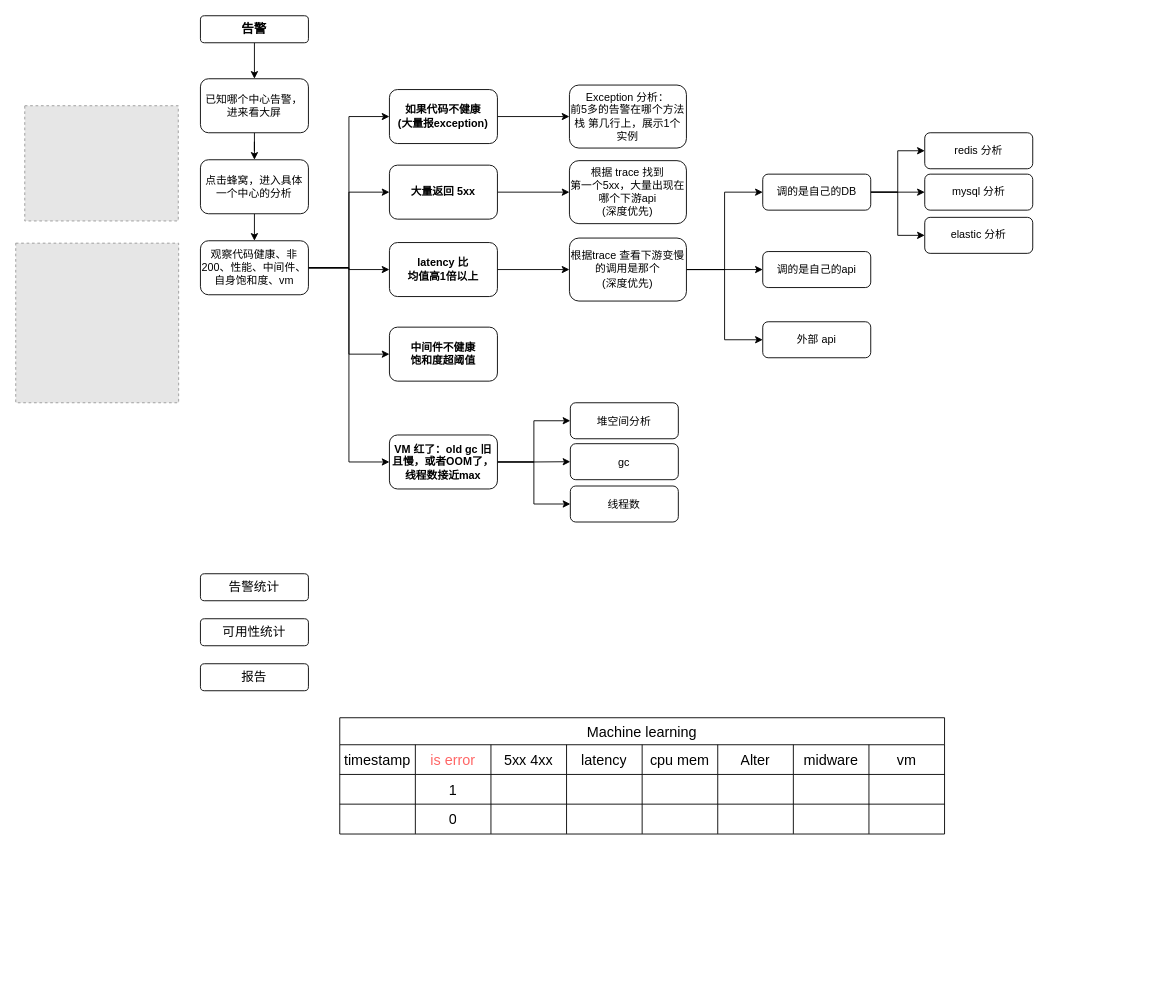
The draw.io diagram page "第 6 页" (6 of 6) of 数据采集架构图.drawio in Allen9797/WorkZone, before the edit. Source tidied: cells renumbered, new cells numbered last; positions are measured from the earlier drawing's top-left corner, leaving out a move shared by most shapes. Both pictures are drawn from the tidied source at 90%, with x=0, y=0 at pixel (15, 15). Pictures stored in the file or linked from it are replaced by grey dashed boxes.
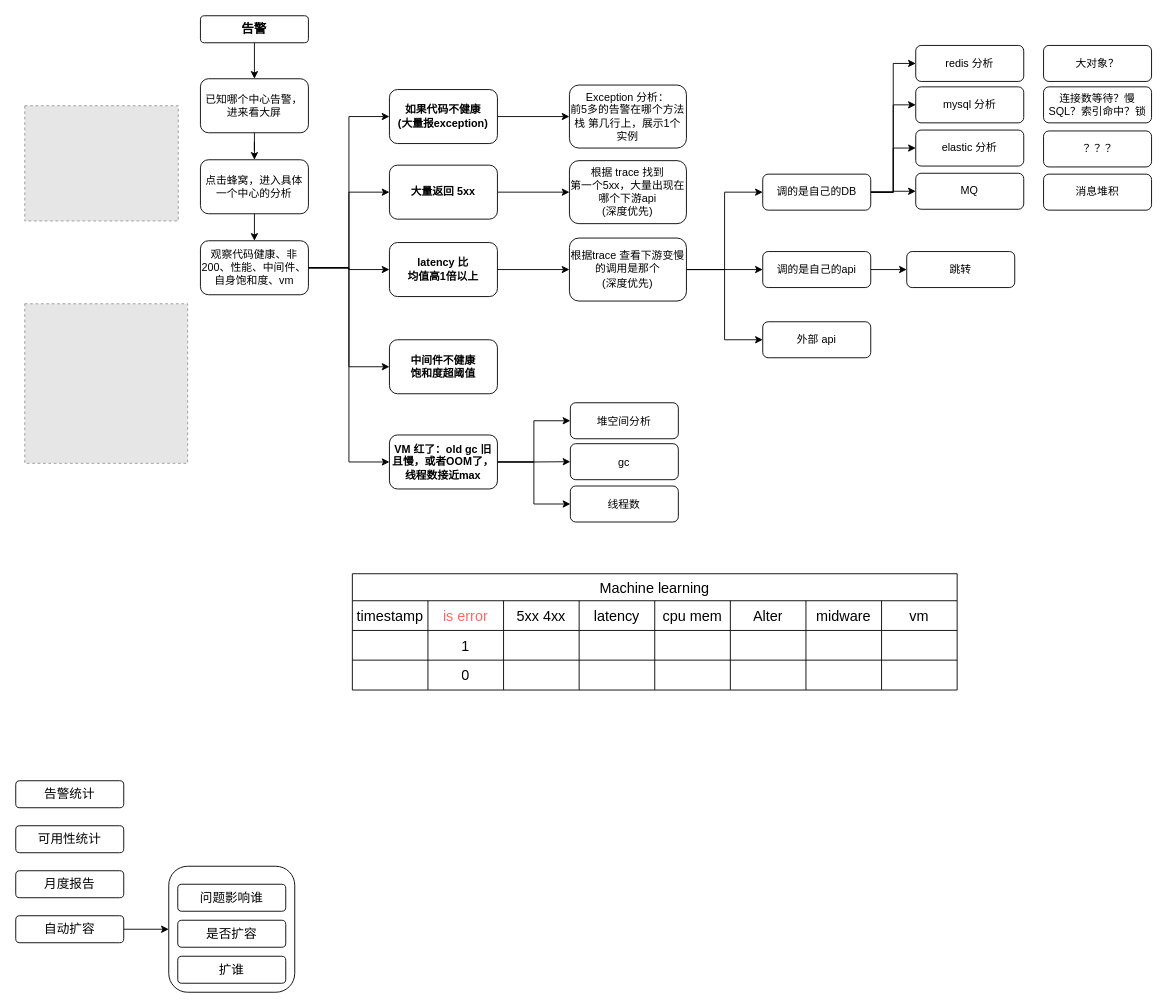
The same diagram, later.

Unchanged cells that the change refers to:
```xml
<mxCell id="42" value="&lt;font style=&quot;font-size: 12px;&quot;&gt;调的是自己的DB&lt;/font&gt;" style="rounded=1;whiteSpace=wrap;html=1;" parent="1" vertex="1">
  <mxGeometry x="830" y="176" width="120" height="40" as="geometry" />
</mxCell>
<mxCell id="43" value="&lt;font style=&quot;font-size: 12px;&quot;&gt;调的是自己的api&lt;/font&gt;" style="rounded=1;whiteSpace=wrap;html=1;" parent="1" vertex="1">
  <mxGeometry x="830" y="262" width="120" height="40" as="geometry" />
</mxCell>
```

Change to the diagram source:
```diff
@@
     <mxCell id="17" value="&lt;font style=&quot;font-size: 12px;&quot;&gt;中间件不健康&lt;br&gt;饱和度超阈值&lt;br&gt;&lt;/font&gt;" style="rounded=1;whiteSpace=wrap;html=1;fontStyle=1;" parent="1" vertex="1">
-      <mxGeometry x="415.2" y="346" width="120" height="60" as="geometry" />
+      <mxGeometry x="415.2" y="360" width="120" height="60" as="geometry" />
     </mxCell>
@@
     <mxCell id="21" value="&lt;font style=&quot;font-size: 12px;&quot;&gt;redis 分析&lt;/font&gt;" style="rounded=1;whiteSpace=wrap;html=1;" parent="1" vertex="1">
-      <mxGeometry x="1010" y="130" width="120" height="40" as="geometry" />
+      <mxGeometry x="1000" y="33" width="120" height="40" as="geometry" />
     </mxCell>
     <mxCell id="22" value="&lt;font style=&quot;font-size: 12px;&quot;&gt;mysql 分析&lt;/font&gt;" style="rounded=1;whiteSpace=wrap;html=1;" parent="1" vertex="1">
-      <mxGeometry x="1010" y="176" width="120" height="40" as="geometry" />
+      <mxGeometry x="1000" y="79" width="120" height="40" as="geometry" />
     </mxCell>
     <mxCell id="23" value="&lt;font style=&quot;font-size: 12px;&quot;&gt;elastic 分析&lt;/font&gt;" style="rounded=1;whiteSpace=wrap;html=1;" parent="1" vertex="1">
-      <mxGeometry x="1010" y="224" width="120" height="40" as="geometry" />
+      <mxGeometry x="1000" y="127" width="120" height="40" as="geometry" />
     </mxCell>
@@
     <mxCell id="31" style="fillColor=#E6E6E6;strokeColor=#999999;dashed=1;verticalLabelPosition=bottom;labelBackgroundColor=default;verticalAlign=top;" parent="1" vertex="1">
-      <mxGeometry y="252.7" width="181" height="177.3" as="geometry" />
+      <mxGeometry x="10" y="320" width="181" height="177.3" as="geometry" />
     </mxCell>
@@
+    <mxCell id="76" style="edgeStyle=orthogonalEdgeStyle;rounded=0;jettySize=auto;html=1;exitX=1;exitY=0.5;exitDx=0;exitDy=0;entryX=0;entryY=0.5;entryDx=0;entryDy=0;" parent="1" edge="1" source="42" target="88">
+      <mxGeometry relative="1" as="geometry" />
+    </mxCell>
@@
+    <mxCell id="77" style="edgeStyle=orthogonalEdgeStyle;rounded=0;jettySize=auto;html=1;exitX=1;exitY=0.5;exitDx=0;exitDy=0;entryX=0;entryY=0.5;entryDx=0;entryDy=0;" parent="1" edge="1" source="43" target="90">
+      <mxGeometry relative="1" as="geometry" />
+    </mxCell>
@@
     <mxCell id="45" value="&lt;font style=&quot;font-size: 14px;&quot;&gt;告警统计&lt;/font&gt;" style="rounded=1;whiteSpace=wrap;html=1;" parent="1" vertex="1">
-      <mxGeometry x="205.2" y="620" width="120" height="30" as="geometry" />
+      <mxGeometry y="850" width="120" height="30" as="geometry" />
     </mxCell>
     <mxCell id="46" value="&lt;font style=&quot;font-size: 14px;&quot;&gt;可用性统计&lt;/font&gt;" style="rounded=1;whiteSpace=wrap;html=1;" parent="1" vertex="1">
-      <mxGeometry x="205.2" y="670" width="120" height="30" as="geometry" />
+      <mxGeometry y="900" width="120" height="30" as="geometry" />
     </mxCell>
-    <mxCell id="47" value="&lt;font style=&quot;font-size: 14px;&quot;&gt;报告&lt;/font&gt;" style="rounded=1;whiteSpace=wrap;html=1;" parent="1" vertex="1">
-      <mxGeometry x="205.2" y="720" width="120" height="30" as="geometry" />
+    <mxCell id="47" value="&lt;font style=&quot;font-size: 14px;&quot;&gt;月度报告&lt;/font&gt;" style="rounded=1;whiteSpace=wrap;html=1;" parent="1" vertex="1">
+      <mxGeometry y="950" width="120" height="30" as="geometry" />
     </mxCell>
     <mxCell id="48" value="Machine learning" style="shape=table;startSize=30;childLayout=tableLayout;strokeColor=default;fontSize=16;" parent="1" vertex="1">
-      <mxGeometry x="360" y="780" width="672" height="129.2" as="geometry" />
+      <mxGeometry x="374" y="620" width="672" height="129.2" as="geometry" />
     </mxCell>
@@
+    <mxCell id="78" style="edgeStyle=orthogonalEdgeStyle;rounded=0;jettySize=auto;html=1;exitX=1;exitY=0.5;exitDx=0;exitDy=0;entryX=0;entryY=0.5;entryDx=0;entryDy=0;" parent="1" edge="1" source="79" target="81">
+      <mxGeometry relative="1" as="geometry" />
+    </mxCell>
+    <mxCell id="79" value="&lt;font style=&quot;font-size: 14px;&quot;&gt;自动扩容&lt;/font&gt;" style="rounded=1;whiteSpace=wrap;html=1;" parent="1" vertex="1">
+      <mxGeometry y="1000" width="120" height="30" as="geometry" />
+    </mxCell>
+    <mxCell id="80" style="group;" parent="1" vertex="1">
+      <mxGeometry x="170" y="945" width="140" height="140" as="geometry" />
+    </mxCell>
+    <mxCell id="81" style="rounded=1;whiteSpace=wrap;html=1;fillColor=none;" parent="80" vertex="1">
+      <mxGeometry width="140" height="140" as="geometry" />
+    </mxCell>
+    <mxCell id="82" value="&lt;span style=&quot;font-size: 14px;&quot;&gt;问题影响谁&lt;br&gt;&lt;/span&gt;" style="rounded=1;whiteSpace=wrap;html=1;" parent="80" vertex="1">
+      <mxGeometry x="10" y="20" width="120" height="30" as="geometry" />
+    </mxCell>
+    <mxCell id="83" value="&lt;span style=&quot;font-size: 14px;&quot;&gt;是否扩容&lt;br&gt;&lt;/span&gt;" style="rounded=1;whiteSpace=wrap;html=1;" parent="80" vertex="1">
+      <mxGeometry x="10" y="60" width="120" height="30" as="geometry" />
+    </mxCell>
+    <mxCell id="84" value="&lt;span style=&quot;font-size: 14px;&quot;&gt;扩谁&lt;br&gt;&lt;/span&gt;" style="rounded=1;whiteSpace=wrap;html=1;" parent="80" vertex="1">
+      <mxGeometry x="10" y="100" width="120" height="30" as="geometry" />
+    </mxCell>
+    <mxCell id="85" value="大对象？" style="rounded=1;whiteSpace=wrap;html=1;" parent="1" vertex="1">
+      <mxGeometry x="1142" y="33" width="120" height="40" as="geometry" />
+    </mxCell>
+    <mxCell id="86" value="连接数等待？慢SQL？索引命中？锁" style="rounded=1;whiteSpace=wrap;html=1;" parent="1" vertex="1">
+      <mxGeometry x="1142" y="79" width="120" height="40" as="geometry" />
+    </mxCell>
+    <mxCell id="87" value="？？？" style="rounded=1;whiteSpace=wrap;html=1;" parent="1" vertex="1">
+      <mxGeometry x="1142" y="128" width="120" height="40" as="geometry" />
+    </mxCell>
+    <mxCell id="88" value="&lt;font style=&quot;font-size: 12px;&quot;&gt;MQ&lt;/font&gt;" style="rounded=1;whiteSpace=wrap;html=1;" parent="1" vertex="1">
+      <mxGeometry x="1000" y="175" width="120" height="40" as="geometry" />
+    </mxCell>
+    <mxCell id="89" value="消息堆积" style="rounded=1;whiteSpace=wrap;html=1;" parent="1" vertex="1">
+      <mxGeometry x="1142" y="176" width="120" height="40" as="geometry" />
+    </mxCell>
+    <mxCell id="90" value="&lt;font style=&quot;font-size: 12px;&quot;&gt;跳转&lt;/font&gt;" style="rounded=1;whiteSpace=wrap;html=1;" parent="1" vertex="1">
+      <mxGeometry x="990" y="262" width="120" height="40" as="geometry" />
+    </mxCell>
```
